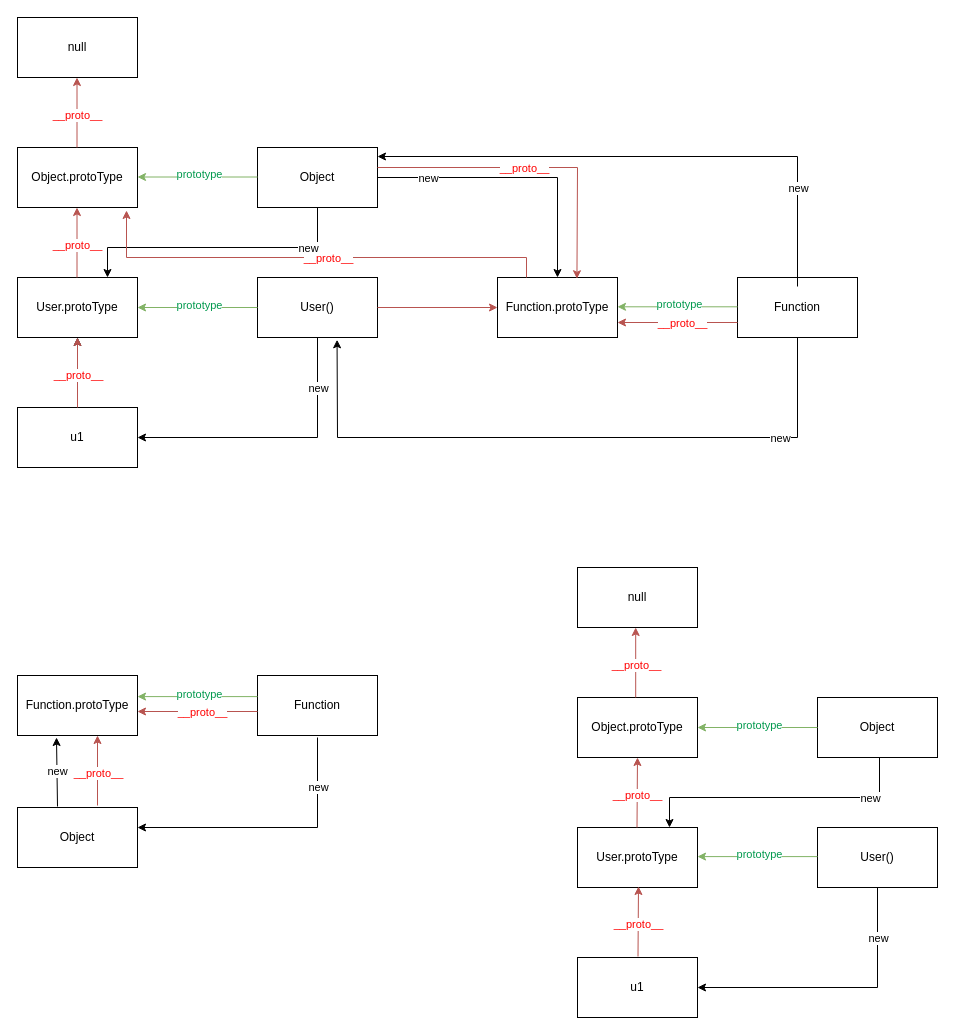
Before: js/prototypeChain.drawio in feiaaa/a-python-proj-crawler, a draw.io diagram. Source tidied: cells renumbered, new cells numbered last; positions are measured from the earlier drawing's top-left corner, leaving out a move shared by most shapes. Both pictures are drawn from the tidied source at 100%, with x=0, y=0 at pixel (17, 17).
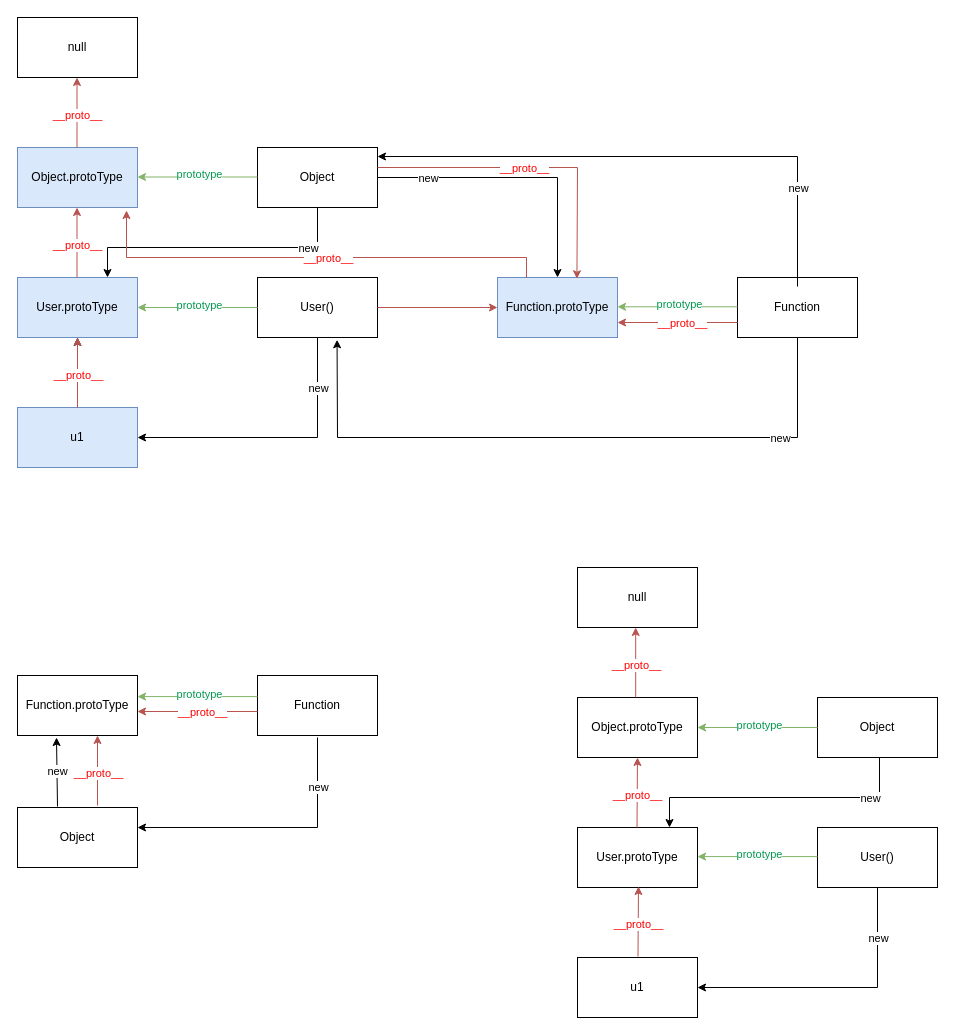
The same diagram, later.

The edit, as a diff of the source:
```diff
@@
-    <mxCell id="3" value="u1" style="rounded=0;whiteSpace=wrap;html=1;" parent="1" vertex="1">
+    <mxCell id="3" value="u1" style="rounded=0;whiteSpace=wrap;html=1;fillColor=#dae8fc;strokeColor=#6c8ebf;" parent="1" vertex="1">
       <mxGeometry y="390" width="120" height="60" as="geometry" />
     </mxCell>
@@
-    <mxCell id="5" value="User.protoType" style="rounded=0;whiteSpace=wrap;html=1;" parent="1" vertex="1">
+    <mxCell id="5" value="User.protoType" style="rounded=0;whiteSpace=wrap;html=1;fillColor=#dae8fc;strokeColor=#6c8ebf;" parent="1" vertex="1">
       <mxGeometry y="260" width="120" height="60" as="geometry" />
     </mxCell>
@@
-    <mxCell id="13" value="Object.protoType" style="rounded=0;whiteSpace=wrap;html=1;" parent="1" vertex="1">
+    <mxCell id="13" value="Object.protoType" style="rounded=0;whiteSpace=wrap;html=1;fillColor=#dae8fc;strokeColor=#6c8ebf;" parent="1" vertex="1">
       <mxGeometry y="130" width="120" height="60" as="geometry" />
     </mxCell>
@@
-    <mxCell id="24" value="Function.protoType" style="rounded=0;whiteSpace=wrap;html=1;" parent="1" vertex="1">
+    <mxCell id="24" value="Function.protoType" style="rounded=0;whiteSpace=wrap;html=1;fillColor=#dae8fc;strokeColor=#6c8ebf;" parent="1" vertex="1">
       <mxGeometry x="480" y="260" width="120" height="60" as="geometry" />
     </mxCell>
```
